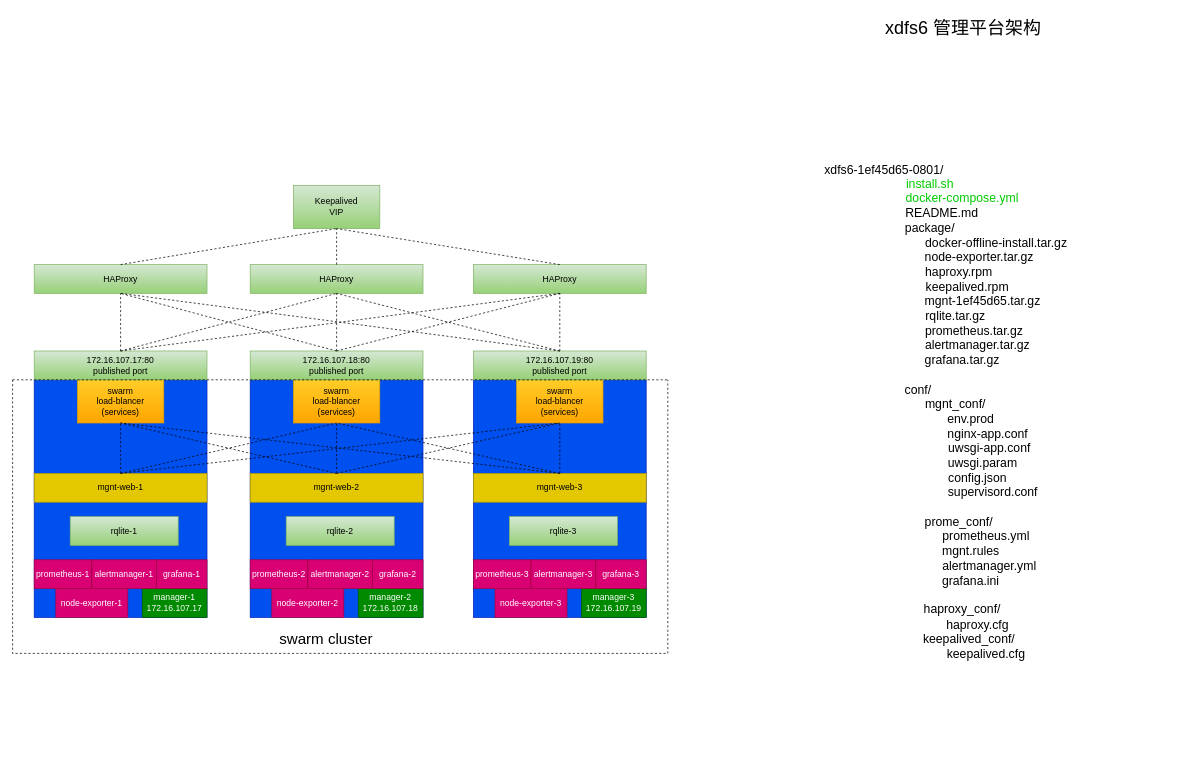
Before: xdfs6架构.drawio in yihezhou/diagrams, a draw.io diagram. Source tidied: cells renumbered, new cells numbered last; positions are measured from the earlier drawing's top-left corner, leaving out a move shared by most shapes. Both pictures are drawn from the tidied source at 72%, with x=0, y=0 at pixel (12, 12).
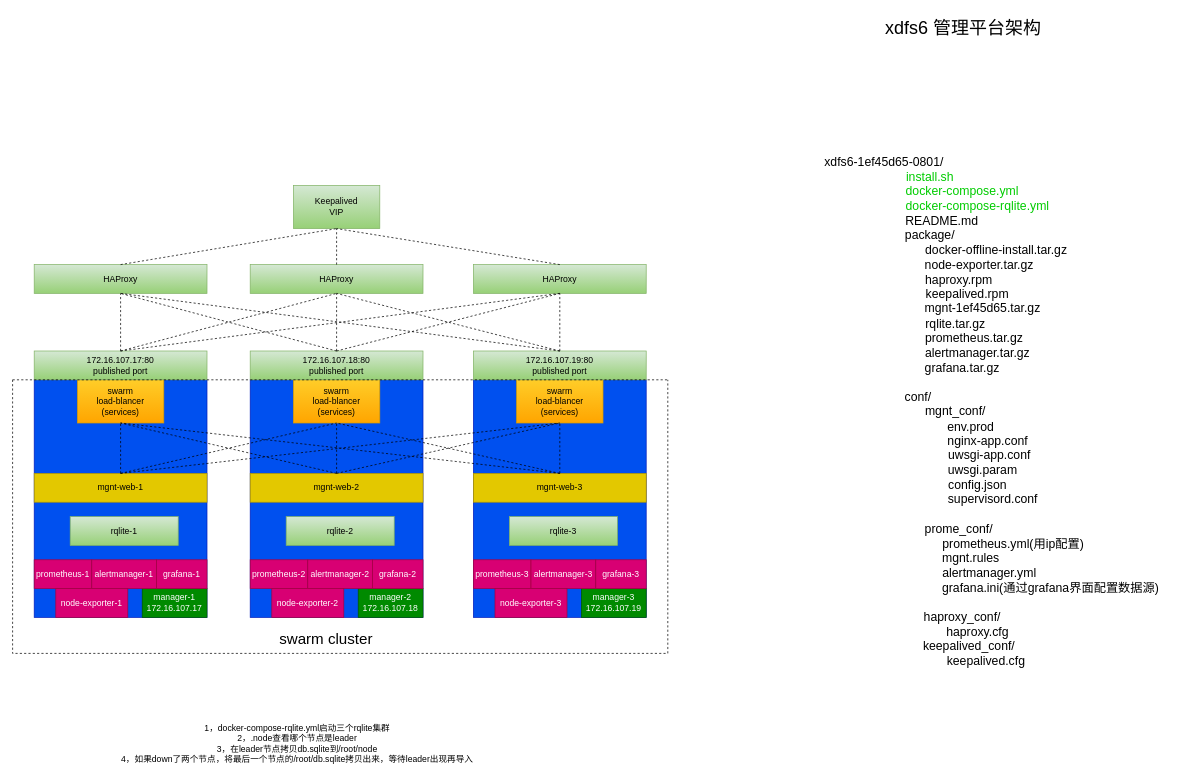
After the change.

The edit, as a diff of the source:
```diff
@@
-    <mxCell id="60" value="xdfs6-1ef45d65-0801/&lt;br style=&quot;font-size: 17px;&quot;&gt;&amp;nbsp; &amp;nbsp; &amp;nbsp; &amp;nbsp; &amp;nbsp; &amp;nbsp; &amp;nbsp; &amp;nbsp; &amp;nbsp; &amp;nbsp; &amp;nbsp; &amp;nbsp; &amp;nbsp; &lt;font color=&quot;#00cc00&quot; style=&quot;font-size: 17px;&quot;&gt;&amp;nbsp;install.sh&lt;br style=&quot;font-size: 17px;&quot;&gt;&amp;nbsp; &amp;nbsp; &amp;nbsp; &amp;nbsp; &amp;nbsp; &amp;nbsp; &amp;nbsp; &amp;nbsp; &amp;nbsp; &amp;nbsp; &amp;nbsp; &amp;nbsp; &amp;nbsp; &amp;nbsp; &amp;nbsp; &amp;nbsp; &amp;nbsp; &amp;nbsp; &amp;nbsp; &amp;nbsp; &amp;nbsp; &amp;nbsp; &amp;nbsp; docker-compose.yml&lt;br&gt;&lt;/font&gt;&amp;nbsp; &amp;nbsp; &amp;nbsp; &amp;nbsp; &amp;nbsp; &amp;nbsp; &amp;nbsp; &amp;nbsp; &amp;nbsp; &amp;nbsp; &amp;nbsp; &amp;nbsp; &amp;nbsp; &amp;nbsp; &amp;nbsp; &amp;nbsp; &amp;nbsp; README.md&lt;br style=&quot;font-size: 17px;&quot;&gt;&amp;nbsp; &amp;nbsp; &amp;nbsp; &amp;nbsp; &amp;nbsp; &amp;nbsp; &amp;nbsp; &amp;nbsp; &amp;nbsp; &amp;nbsp; &amp;nbsp; &amp;nbsp; &amp;nbsp; &amp;nbsp;package/&lt;br style=&quot;font-size: 17px;&quot;&gt;&amp;nbsp; &amp;nbsp; &amp;nbsp; &amp;nbsp; &amp;nbsp; &amp;nbsp; &amp;nbsp; &amp;nbsp; &amp;nbsp; &amp;nbsp; &amp;nbsp; &amp;nbsp; &amp;nbsp; &amp;nbsp; &amp;nbsp; &amp;nbsp; &amp;nbsp; &amp;nbsp; &amp;nbsp; &amp;nbsp; &amp;nbsp; &amp;nbsp; &amp;nbsp; &amp;nbsp; &amp;nbsp; &amp;nbsp; &amp;nbsp; &amp;nbsp; &amp;nbsp; &amp;nbsp; &amp;nbsp; &amp;nbsp; &amp;nbsp; docker-offline-install.tar.gz&lt;br style=&quot;font-size: 17px;&quot;&gt;&amp;nbsp; &amp;nbsp; &amp;nbsp; &amp;nbsp; &amp;nbsp; &amp;nbsp; &amp;nbsp; &amp;nbsp; &amp;nbsp; &amp;nbsp; &amp;nbsp; &amp;nbsp; &amp;nbsp; &amp;nbsp; &amp;nbsp; &amp;nbsp; &amp;nbsp; &amp;nbsp; &amp;nbsp; &amp;nbsp; &amp;nbsp; &amp;nbsp; &amp;nbsp; &amp;nbsp; &amp;nbsp; &amp;nbsp; &amp;nbsp; &amp;nbsp; node-exporter.tar.gz&lt;br style=&quot;font-size: 17px;&quot;&gt;&amp;nbsp; &amp;nbsp; &amp;nbsp; &amp;nbsp; &amp;nbsp; &amp;nbsp; &amp;nbsp; &amp;nbsp; &amp;nbsp; &amp;nbsp; &amp;nbsp; &amp;nbsp; &amp;nbsp; &amp;nbsp; &amp;nbsp; &amp;nbsp; &amp;nbsp; &amp;nbsp; &amp;nbsp; &amp;nbsp; &amp;nbsp; &amp;nbsp; haproxy.rpm&lt;br style=&quot;font-size: 17px;&quot;&gt;&amp;nbsp; &amp;nbsp; &amp;nbsp; &amp;nbsp; &amp;nbsp; &amp;nbsp; &amp;nbsp; &amp;nbsp; &amp;nbsp; &amp;nbsp; &amp;nbsp; &amp;nbsp; &amp;nbsp; &amp;nbsp; &amp;nbsp; &amp;nbsp; &amp;nbsp; &amp;nbsp; &amp;nbsp; &amp;nbsp; &amp;nbsp; &amp;nbsp; &amp;nbsp; &amp;nbsp; &amp;nbsp;keepalived.rpm&lt;br style=&quot;font-size: 17px;&quot;&gt;&amp;nbsp; &amp;nbsp; &amp;nbsp; &amp;nbsp; &amp;nbsp; &amp;nbsp; &amp;nbsp; &amp;nbsp; &amp;nbsp; &amp;nbsp; &amp;nbsp; &amp;nbsp; &amp;nbsp; &amp;nbsp; &amp;nbsp; &amp;nbsp; &amp;nbsp; &amp;nbsp; &amp;nbsp; &amp;nbsp; &amp;nbsp; &amp;nbsp; &amp;nbsp; &amp;nbsp; &amp;nbsp; &amp;nbsp; &amp;nbsp; &amp;nbsp; &amp;nbsp; mgnt-1ef45d65.tar.gz&lt;br style=&quot;font-size: 17px;&quot;&gt;&amp;nbsp; &amp;nbsp; &amp;nbsp; &amp;nbsp; &amp;nbsp; &amp;nbsp; &amp;nbsp; &amp;nbsp; &amp;nbsp; &amp;nbsp; &amp;nbsp; &amp;nbsp; &amp;nbsp; &amp;nbsp; &amp;nbsp; &amp;nbsp; &amp;nbsp; &amp;nbsp; &amp;nbsp; &amp;nbsp; &amp;nbsp; rqlite.tar.gz&lt;br style=&quot;font-size: 17px;&quot;&gt;&amp;nbsp; &amp;nbsp; &amp;nbsp; &amp;nbsp; &amp;nbsp; &amp;nbsp; &amp;nbsp; &amp;nbsp; &amp;nbsp; &amp;nbsp; &amp;nbsp; &amp;nbsp; &amp;nbsp; &amp;nbsp; &amp;nbsp; &amp;nbsp; &amp;nbsp; &amp;nbsp; &amp;nbsp; &amp;nbsp; &amp;nbsp; &amp;nbsp; &amp;nbsp; &amp;nbsp; &amp;nbsp; &amp;nbsp; &amp;nbsp;prometheus.tar.gz&lt;br style=&quot;font-size: 17px;&quot;&gt;&amp;nbsp; &amp;nbsp; &amp;nbsp; &amp;nbsp; &amp;nbsp; &amp;nbsp; &amp;nbsp; &amp;nbsp; &amp;nbsp; &amp;nbsp; &amp;nbsp; &amp;nbsp; &amp;nbsp; &amp;nbsp; &amp;nbsp; &amp;nbsp; &amp;nbsp; &amp;nbsp; &amp;nbsp; &amp;nbsp; &amp;nbsp; &amp;nbsp; &amp;nbsp; &amp;nbsp; &amp;nbsp; &amp;nbsp; &amp;nbsp; &amp;nbsp;alertmanager.tar.gz&lt;br style=&quot;font-size: 17px;&quot;&gt;&amp;nbsp; &amp;nbsp; &amp;nbsp; &amp;nbsp; &amp;nbsp; &amp;nbsp; &amp;nbsp; &amp;nbsp; &amp;nbsp; &amp;nbsp; &amp;nbsp; &amp;nbsp; &amp;nbsp; &amp;nbsp; &amp;nbsp; &amp;nbsp; &amp;nbsp; &amp;nbsp; &amp;nbsp; &amp;nbsp; &amp;nbsp; &amp;nbsp; &amp;nbsp; grafana.tar.gz&lt;br style=&quot;font-size: 17px;&quot;&gt;&amp;nbsp; &amp;nbsp; &amp;nbsp; &amp;nbsp; &amp;nbsp; &amp;nbsp; &amp;nbsp; &amp;nbsp; &amp;nbsp; &amp;nbsp; &amp;nbsp; &amp;nbsp;&amp;nbsp;&lt;br style=&quot;font-size: 17px;&quot;&gt;&amp;nbsp; &amp;nbsp; &amp;nbsp; &amp;nbsp; &amp;nbsp; &amp;nbsp; &amp;nbsp; &amp;nbsp; &amp;nbsp; &amp;nbsp; conf/&lt;br style=&quot;font-size: 17px;&quot;&gt;&amp;nbsp; &amp;nbsp; &amp;nbsp; &amp;nbsp; &amp;nbsp; &amp;nbsp; &amp;nbsp; &amp;nbsp; &amp;nbsp; &amp;nbsp; &amp;nbsp; &amp;nbsp; &amp;nbsp; &amp;nbsp; &amp;nbsp; &amp;nbsp; &amp;nbsp; &amp;nbsp; &amp;nbsp; &amp;nbsp; &amp;nbsp; mgnt_conf/&lt;br&gt;&amp;nbsp; &amp;nbsp; &amp;nbsp; &amp;nbsp; &amp;nbsp; &amp;nbsp; &amp;nbsp; &amp;nbsp; &amp;nbsp; &amp;nbsp; &amp;nbsp; &amp;nbsp; &amp;nbsp; &amp;nbsp; &amp;nbsp; &amp;nbsp; &amp;nbsp; &amp;nbsp; &amp;nbsp; &amp;nbsp; &amp;nbsp; &amp;nbsp; &amp;nbsp; &amp;nbsp; &amp;nbsp; &amp;nbsp;env.prod&lt;br style=&quot;font-size: 17px;&quot;&gt;&amp;nbsp; &amp;nbsp; &amp;nbsp; &amp;nbsp; &amp;nbsp; &amp;nbsp; &amp;nbsp; &amp;nbsp; &amp;nbsp; &amp;nbsp; &amp;nbsp; &amp;nbsp; &amp;nbsp; &amp;nbsp; &amp;nbsp; &amp;nbsp; &amp;nbsp; &amp;nbsp; &amp;nbsp; &amp;nbsp; &amp;nbsp; &amp;nbsp; &amp;nbsp; &amp;nbsp; &amp;nbsp; &amp;nbsp; &amp;nbsp; &amp;nbsp; &amp;nbsp; &amp;nbsp; &amp;nbsp;nginx-app.conf&lt;br style=&quot;font-size: 17px;&quot;&gt;&amp;nbsp; &amp;nbsp; &amp;nbsp; &amp;nbsp; &amp;nbsp; &amp;nbsp; &amp;nbsp; &amp;nbsp; &amp;nbsp; &amp;nbsp; &amp;nbsp; &amp;nbsp; &amp;nbsp; &amp;nbsp; &amp;nbsp; &amp;nbsp; &amp;nbsp; &amp;nbsp; &amp;nbsp; &amp;nbsp; &amp;nbsp; &amp;nbsp; &amp;nbsp; &amp;nbsp; &amp;nbsp; &amp;nbsp; &amp;nbsp; &amp;nbsp; &amp;nbsp; &amp;nbsp; &amp;nbsp; uwsgi-app.conf&lt;br style=&quot;font-size: 17px;&quot;&gt;&amp;nbsp; &amp;nbsp; &amp;nbsp; &amp;nbsp; &amp;nbsp; &amp;nbsp; &amp;nbsp; &amp;nbsp; &amp;nbsp; &amp;nbsp; &amp;nbsp; &amp;nbsp; &amp;nbsp; &amp;nbsp; &amp;nbsp; &amp;nbsp; &amp;nbsp; &amp;nbsp; &amp;nbsp; &amp;nbsp; &amp;nbsp; &amp;nbsp; &amp;nbsp; &amp;nbsp; &amp;nbsp; &amp;nbsp; &amp;nbsp; &amp;nbsp; &amp;nbsp; uwsgi.param&lt;br style=&quot;font-size: 17px;&quot;&gt;&amp;nbsp; &amp;nbsp; &amp;nbsp; &amp;nbsp; &amp;nbsp; &amp;nbsp; &amp;nbsp; &amp;nbsp; &amp;nbsp; &amp;nbsp; &amp;nbsp; &amp;nbsp; &amp;nbsp; &amp;nbsp; &amp;nbsp; &amp;nbsp; &amp;nbsp; &amp;nbsp; &amp;nbsp; &amp;nbsp; &amp;nbsp; &amp;nbsp; &amp;nbsp; &amp;nbsp; &amp;nbsp; &amp;nbsp; &amp;nbsp; &amp;nbsp;config.json&lt;br style=&quot;font-size: 17px;&quot;&gt;&amp;nbsp; &amp;nbsp; &amp;nbsp; &amp;nbsp; &amp;nbsp; &amp;nbsp; &amp;nbsp; &amp;nbsp; &amp;nbsp; &amp;nbsp; &amp;nbsp; &amp;nbsp; &amp;nbsp; &amp;nbsp; &amp;nbsp; &amp;nbsp; &amp;nbsp; &amp;nbsp; &amp;nbsp; &amp;nbsp; &amp;nbsp; &amp;nbsp; &amp;nbsp; &amp;nbsp; &amp;nbsp; &amp;nbsp; &amp;nbsp; &amp;nbsp; &amp;nbsp; &amp;nbsp; &amp;nbsp; &amp;nbsp; supervisord.conf&lt;br style=&quot;font-size: 17px;&quot;&gt;&amp;nbsp; &amp;nbsp; &amp;nbsp; &amp;nbsp; &amp;nbsp; &amp;nbsp; &amp;nbsp; &amp;nbsp; &amp;nbsp;&lt;br style=&quot;font-size: 17px;&quot;&gt;&amp;nbsp; &amp;nbsp; &amp;nbsp; &amp;nbsp; &amp;nbsp; &amp;nbsp; &amp;nbsp; &amp;nbsp; &amp;nbsp; &amp;nbsp; &amp;nbsp; &amp;nbsp; &amp;nbsp; &amp;nbsp; &amp;nbsp; &amp;nbsp; &amp;nbsp; &amp;nbsp; &amp;nbsp; &amp;nbsp; &amp;nbsp; &amp;nbsp; prome_conf/&lt;br style=&quot;font-size: 17px;&quot;&gt;&amp;nbsp; &amp;nbsp; &amp;nbsp; &amp;nbsp; &amp;nbsp; &amp;nbsp; &amp;nbsp; &amp;nbsp; &amp;nbsp; &amp;nbsp; &amp;nbsp; &amp;nbsp; &amp;nbsp; &amp;nbsp; &amp;nbsp; &amp;nbsp; &amp;nbsp; &amp;nbsp; &amp;nbsp; &amp;nbsp; &amp;nbsp; &amp;nbsp; &amp;nbsp; &amp;nbsp; &amp;nbsp; &amp;nbsp; &amp;nbsp; &amp;nbsp; &amp;nbsp; &amp;nbsp; prometheus.yml&lt;br style=&quot;font-size: 17px;&quot;&gt;&amp;nbsp; &amp;nbsp; &amp;nbsp; &amp;nbsp; &amp;nbsp; &amp;nbsp; &amp;nbsp; &amp;nbsp; &amp;nbsp; &amp;nbsp; &amp;nbsp; &amp;nbsp; &amp;nbsp; &amp;nbsp; &amp;nbsp; &amp;nbsp; &amp;nbsp; &amp;nbsp; &amp;nbsp; &amp;nbsp; &amp;nbsp; &amp;nbsp; &amp;nbsp; &amp;nbsp; &amp;nbsp; &amp;nbsp;mgnt.rules&lt;br style=&quot;font-size: 17px;&quot;&gt;&amp;nbsp; &amp;nbsp; &amp;nbsp; &amp;nbsp; &amp;nbsp; &amp;nbsp; &amp;nbsp; &amp;nbsp; &amp;nbsp; &amp;nbsp; &amp;nbsp; &amp;nbsp; &amp;nbsp; &amp;nbsp; &amp;nbsp; &amp;nbsp; &amp;nbsp; &amp;nbsp; &amp;nbsp; &amp;nbsp; &amp;nbsp; &amp;nbsp; &amp;nbsp; &amp;nbsp; &amp;nbsp; &amp;nbsp; &amp;nbsp; &amp;nbsp; &amp;nbsp; &amp;nbsp; &amp;nbsp; alertmanager.yml&lt;br style=&quot;font-size: 17px;&quot;&gt;&amp;nbsp; &amp;nbsp; &amp;nbsp; &amp;nbsp; &amp;nbsp; &amp;nbsp; &amp;nbsp; &amp;nbsp; &amp;nbsp; &amp;nbsp; &amp;nbsp; &amp;nbsp; &amp;nbsp; &amp;nbsp; &amp;nbsp; &amp;nbsp; &amp;nbsp; &amp;nbsp; &amp;nbsp; &amp;nbsp; &amp;nbsp; &amp;nbsp; &amp;nbsp; &amp;nbsp; &amp;nbsp; &amp;nbsp;grafana.ini&lt;br style=&quot;font-size: 17px;&quot;&gt;&amp;nbsp; &amp;nbsp; &amp;nbsp; &amp;nbsp; &amp;nbsp; &amp;nbsp; &amp;nbsp; &amp;nbsp; &amp;nbsp; &amp;nbsp; &amp;nbsp; &amp;nbsp; &amp;nbsp; &amp;nbsp; &amp;nbsp; &amp;nbsp; &amp;nbsp; &amp;nbsp; &amp;nbsp; &amp;nbsp; &amp;nbsp; &amp;nbsp; &amp;nbsp; &amp;nbsp;&amp;nbsp;&lt;br style=&quot;font-size: 17px;&quot;&gt;&amp;nbsp; &amp;nbsp; &amp;nbsp; &amp;nbsp; &amp;nbsp; &amp;nbsp; &amp;nbsp; &amp;nbsp; &amp;nbsp; &amp;nbsp; &amp;nbsp; &amp;nbsp; &amp;nbsp; &amp;nbsp; &amp;nbsp; &amp;nbsp; &amp;nbsp; &amp;nbsp; &amp;nbsp; &amp;nbsp; &amp;nbsp; &amp;nbsp; &amp;nbsp; haproxy_conf/&lt;br style=&quot;font-size: 17px;&quot;&gt;&amp;nbsp; &amp;nbsp; &amp;nbsp; &amp;nbsp; &amp;nbsp; &amp;nbsp; &amp;nbsp; &amp;nbsp; &amp;nbsp; &amp;nbsp; &amp;nbsp; &amp;nbsp; &amp;nbsp; &amp;nbsp; &amp;nbsp; &amp;nbsp; &amp;nbsp; &amp;nbsp; &amp;nbsp; &amp;nbsp; &amp;nbsp; &amp;nbsp; &amp;nbsp; &amp;nbsp; &amp;nbsp; &amp;nbsp; &amp;nbsp; &amp;nbsp;haproxy.cfg&lt;br style=&quot;font-size: 17px;&quot;&gt;&amp;nbsp; &amp;nbsp; &amp;nbsp; &amp;nbsp; &amp;nbsp; &amp;nbsp; &amp;nbsp; &amp;nbsp; &amp;nbsp; &amp;nbsp; &amp;nbsp; &amp;nbsp; &amp;nbsp; &amp;nbsp; &amp;nbsp; &amp;nbsp; &amp;nbsp; &amp;nbsp; &amp;nbsp; &amp;nbsp; &amp;nbsp; &amp;nbsp; &amp;nbsp; &amp;nbsp; &amp;nbsp; keepalived_conf/&lt;br style=&quot;font-size: 17px;&quot;&gt;&amp;nbsp; &amp;nbsp; &amp;nbsp; &amp;nbsp; &amp;nbsp; &amp;nbsp; &amp;nbsp; &amp;nbsp; &amp;nbsp; &amp;nbsp; &amp;nbsp; &amp;nbsp; &amp;nbsp; &amp;nbsp; &amp;nbsp; &amp;nbsp; &amp;nbsp; &amp;nbsp; &amp;nbsp; &amp;nbsp; &amp;nbsp; &amp;nbsp; &amp;nbsp; &amp;nbsp; &amp;nbsp; &amp;nbsp; &amp;nbsp; &amp;nbsp; &amp;nbsp; &amp;nbsp; keepalived.cfg&lt;br style=&quot;font-size: 17px;&quot;&gt;&amp;nbsp; &amp;nbsp; &amp;nbsp; &amp;nbsp; &amp;nbsp; &amp;nbsp; &amp;nbsp; &amp;nbsp; &amp;nbsp; &amp;nbsp; &amp;nbsp; &amp;nbsp; &amp;nbsp; &amp;nbsp; &amp;nbsp; &amp;nbsp; &amp;nbsp; &amp;nbsp; &amp;nbsp;&amp;nbsp;" style="text;html=1;align=center;verticalAlign=middle;strokeColor=none;fillColor=none;fontSize=17;" parent="1" vertex="1">
-      <mxGeometry x="945" y="200" width="530" height="730" as="geometry" />
+    <mxCell id="60" value="xdfs6-1ef45d65-0801/&lt;br style=&quot;font-size: 17px;&quot;&gt;&amp;nbsp; &amp;nbsp; &amp;nbsp; &amp;nbsp; &amp;nbsp; &amp;nbsp; &amp;nbsp; &amp;nbsp; &amp;nbsp; &amp;nbsp; &amp;nbsp; &amp;nbsp; &amp;nbsp; &lt;font color=&quot;#00cc00&quot; style=&quot;font-size: 17px;&quot;&gt;&amp;nbsp;install.sh&lt;br style=&quot;font-size: 17px;&quot;&gt;&amp;nbsp; &amp;nbsp; &amp;nbsp; &amp;nbsp; &amp;nbsp; &amp;nbsp; &amp;nbsp; &amp;nbsp; &amp;nbsp; &amp;nbsp; &amp;nbsp; &amp;nbsp; &amp;nbsp; &amp;nbsp; &amp;nbsp; &amp;nbsp; &amp;nbsp; &amp;nbsp; &amp;nbsp; &amp;nbsp; &amp;nbsp; &amp;nbsp; &amp;nbsp; docker-compose.yml&lt;br&gt;&amp;nbsp; &amp;nbsp; &amp;nbsp; &amp;nbsp; &amp;nbsp; &amp;nbsp; &amp;nbsp; &amp;nbsp; &amp;nbsp; &amp;nbsp; &amp;nbsp; &amp;nbsp; &amp;nbsp; &amp;nbsp; &amp;nbsp; &amp;nbsp; &amp;nbsp; &amp;nbsp; &amp;nbsp; &amp;nbsp; &amp;nbsp; &amp;nbsp; &amp;nbsp; &amp;nbsp; &amp;nbsp; &amp;nbsp; &amp;nbsp; &amp;nbsp;docker-compose-rqlite.yml&lt;br&gt;&lt;/font&gt;&amp;nbsp; &amp;nbsp; &amp;nbsp; &amp;nbsp; &amp;nbsp; &amp;nbsp; &amp;nbsp; &amp;nbsp; &amp;nbsp; &amp;nbsp; &amp;nbsp; &amp;nbsp; &amp;nbsp; &amp;nbsp; &amp;nbsp; &amp;nbsp; &amp;nbsp; README.md&lt;br style=&quot;font-size: 17px;&quot;&gt;&amp;nbsp; &amp;nbsp; &amp;nbsp; &amp;nbsp; &amp;nbsp; &amp;nbsp; &amp;nbsp; &amp;nbsp; &amp;nbsp; &amp;nbsp; &amp;nbsp; &amp;nbsp; &amp;nbsp; &amp;nbsp;package/&lt;br style=&quot;font-size: 17px;&quot;&gt;&amp;nbsp; &amp;nbsp; &amp;nbsp; &amp;nbsp; &amp;nbsp; &amp;nbsp; &amp;nbsp; &amp;nbsp; &amp;nbsp; &amp;nbsp; &amp;nbsp; &amp;nbsp; &amp;nbsp; &amp;nbsp; &amp;nbsp; &amp;nbsp; &amp;nbsp; &amp;nbsp; &amp;nbsp; &amp;nbsp; &amp;nbsp; &amp;nbsp; &amp;nbsp; &amp;nbsp; &amp;nbsp; &amp;nbsp; &amp;nbsp; &amp;nbsp; &amp;nbsp; &amp;nbsp; &amp;nbsp; &amp;nbsp; &amp;nbsp; docker-offline-install.tar.gz&lt;br style=&quot;font-size: 17px;&quot;&gt;&amp;nbsp; &amp;nbsp; &amp;nbsp; &amp;nbsp; &amp;nbsp; &amp;nbsp; &amp;nbsp; &amp;nbsp; &amp;nbsp; &amp;nbsp; &amp;nbsp; &amp;nbsp; &amp;nbsp; &amp;nbsp; &amp;nbsp; &amp;nbsp; &amp;nbsp; &amp;nbsp; &amp;nbsp; &amp;nbsp; &amp;nbsp; &amp;nbsp; &amp;nbsp; &amp;nbsp; &amp;nbsp; &amp;nbsp; &amp;nbsp; &amp;nbsp; node-exporter.tar.gz&lt;br style=&quot;font-size: 17px;&quot;&gt;&amp;nbsp; &amp;nbsp; &amp;nbsp; &amp;nbsp; &amp;nbsp; &amp;nbsp; &amp;nbsp; &amp;nbsp; &amp;nbsp; &amp;nbsp; &amp;nbsp; &amp;nbsp; &amp;nbsp; &amp;nbsp; &amp;nbsp; &amp;nbsp; &amp;nbsp; &amp;nbsp; &amp;nbsp; &amp;nbsp; &amp;nbsp; &amp;nbsp; haproxy.rpm&lt;br style=&quot;font-size: 17px;&quot;&gt;&amp;nbsp; &amp;nbsp; &amp;nbsp; &amp;nbsp; &amp;nbsp; &amp;nbsp; &amp;nbsp; &amp;nbsp; &amp;nbsp; &amp;nbsp; &amp;nbsp; &amp;nbsp; &amp;nbsp; &amp;nbsp; &amp;nbsp; &amp;nbsp; &amp;nbsp; &amp;nbsp; &amp;nbsp; &amp;nbsp; &amp;nbsp; &amp;nbsp; &amp;nbsp; &amp;nbsp; &amp;nbsp;keepalived.rpm&lt;br style=&quot;font-size: 17px;&quot;&gt;&amp;nbsp; &amp;nbsp; &amp;nbsp; &amp;nbsp; &amp;nbsp; &amp;nbsp; &amp;nbsp; &amp;nbsp; &amp;nbsp; &amp;nbsp; &amp;nbsp; &amp;nbsp; &amp;nbsp; &amp;nbsp; &amp;nbsp; &amp;nbsp; &amp;nbsp; &amp;nbsp; &amp;nbsp; &amp;nbsp; &amp;nbsp; &amp;nbsp; &amp;nbsp; &amp;nbsp; &amp;nbsp; &amp;nbsp; &amp;nbsp; &amp;nbsp; &amp;nbsp; mgnt-1ef45d65.tar.gz&lt;br style=&quot;font-size: 17px;&quot;&gt;&amp;nbsp; &amp;nbsp; &amp;nbsp; &amp;nbsp; &amp;nbsp; &amp;nbsp; &amp;nbsp; &amp;nbsp; &amp;nbsp; &amp;nbsp; &amp;nbsp; &amp;nbsp; &amp;nbsp; &amp;nbsp; &amp;nbsp; &amp;nbsp; &amp;nbsp; &amp;nbsp; &amp;nbsp; &amp;nbsp; &amp;nbsp; rqlite.tar.gz&lt;br style=&quot;font-size: 17px;&quot;&gt;&amp;nbsp; &amp;nbsp; &amp;nbsp; &amp;nbsp; &amp;nbsp; &amp;nbsp; &amp;nbsp; &amp;nbsp; &amp;nbsp; &amp;nbsp; &amp;nbsp; &amp;nbsp; &amp;nbsp; &amp;nbsp; &amp;nbsp; &amp;nbsp; &amp;nbsp; &amp;nbsp; &amp;nbsp; &amp;nbsp; &amp;nbsp; &amp;nbsp; &amp;nbsp; &amp;nbsp; &amp;nbsp; &amp;nbsp; &amp;nbsp;prometheus.tar.gz&lt;br style=&quot;font-size: 17px;&quot;&gt;&amp;nbsp; &amp;nbsp; &amp;nbsp; &amp;nbsp; &amp;nbsp; &amp;nbsp; &amp;nbsp; &amp;nbsp; &amp;nbsp; &amp;nbsp; &amp;nbsp; &amp;nbsp; &amp;nbsp; &amp;nbsp; &amp;nbsp; &amp;nbsp; &amp;nbsp; &amp;nbsp; &amp;nbsp; &amp;nbsp; &amp;nbsp; &amp;nbsp; &amp;nbsp; &amp;nbsp; &amp;nbsp; &amp;nbsp; &amp;nbsp; &amp;nbsp;alertmanager.tar.gz&lt;br style=&quot;font-size: 17px;&quot;&gt;&amp;nbsp; &amp;nbsp; &amp;nbsp; &amp;nbsp; &amp;nbsp; &amp;nbsp; &amp;nbsp; &amp;nbsp; &amp;nbsp; &amp;nbsp; &amp;nbsp; &amp;nbsp; &amp;nbsp; &amp;nbsp; &amp;nbsp; &amp;nbsp; &amp;nbsp; &amp;nbsp; &amp;nbsp; &amp;nbsp; &amp;nbsp; &amp;nbsp; &amp;nbsp; grafana.tar.gz&lt;br style=&quot;font-size: 17px;&quot;&gt;&amp;nbsp; &amp;nbsp; &amp;nbsp; &amp;nbsp; &amp;nbsp; &amp;nbsp; &amp;nbsp; &amp;nbsp; &amp;nbsp; &amp;nbsp; &amp;nbsp; &amp;nbsp;&amp;nbsp;&lt;br style=&quot;font-size: 17px;&quot;&gt;&amp;nbsp; &amp;nbsp; &amp;nbsp; &amp;nbsp; &amp;nbsp; &amp;nbsp; &amp;nbsp; &amp;nbsp; &amp;nbsp; &amp;nbsp; conf/&lt;br style=&quot;font-size: 17px;&quot;&gt;&amp;nbsp; &amp;nbsp; &amp;nbsp; &amp;nbsp; &amp;nbsp; &amp;nbsp; &amp;nbsp; &amp;nbsp; &amp;nbsp; &amp;nbsp; &amp;nbsp; &amp;nbsp; &amp;nbsp; &amp;nbsp; &amp;nbsp; &amp;nbsp; &amp;nbsp; &amp;nbsp; &amp;nbsp; &amp;nbsp; &amp;nbsp; mgnt_conf/&lt;br&gt;&amp;nbsp; &amp;nbsp; &amp;nbsp; &amp;nbsp; &amp;nbsp; &amp;nbsp; &amp;nbsp; &amp;nbsp; &amp;nbsp; &amp;nbsp; &amp;nbsp; &amp;nbsp; &amp;nbsp; &amp;nbsp; &amp;nbsp; &amp;nbsp; &amp;nbsp; &amp;nbsp; &amp;nbsp; &amp;nbsp; &amp;nbsp; &amp;nbsp; &amp;nbsp; &amp;nbsp; &amp;nbsp; &amp;nbsp;env.prod&lt;br style=&quot;font-size: 17px;&quot;&gt;&amp;nbsp; &amp;nbsp; &amp;nbsp; &amp;nbsp; &amp;nbsp; &amp;nbsp; &amp;nbsp; &amp;nbsp; &amp;nbsp; &amp;nbsp; &amp;nbsp; &amp;nbsp; &amp;nbsp; &amp;nbsp; &amp;nbsp; &amp;nbsp; &amp;nbsp; &amp;nbsp; &amp;nbsp; &amp;nbsp; &amp;nbsp; &amp;nbsp; &amp;nbsp; &amp;nbsp; &amp;nbsp; &amp;nbsp; &amp;nbsp; &amp;nbsp; &amp;nbsp; &amp;nbsp; &amp;nbsp;nginx-app.conf&lt;br style=&quot;font-size: 17px;&quot;&gt;&amp;nbsp; &amp;nbsp; &amp;nbsp; &amp;nbsp; &amp;nbsp; &amp;nbsp; &amp;nbsp; &amp;nbsp; &amp;nbsp; &amp;nbsp; &amp;nbsp; &amp;nbsp; &amp;nbsp; &amp;nbsp; &amp;nbsp; &amp;nbsp; &amp;nbsp; &amp;nbsp; &amp;nbsp; &amp;nbsp; &amp;nbsp; &amp;nbsp; &amp;nbsp; &amp;nbsp; &amp;nbsp; &amp;nbsp; &amp;nbsp; &amp;nbsp; &amp;nbsp; &amp;nbsp; &amp;nbsp; uwsgi-app.conf&lt;br style=&quot;font-size: 17px;&quot;&gt;&amp;nbsp; &amp;nbsp; &amp;nbsp; &amp;nbsp; &amp;nbsp; &amp;nbsp; &amp;nbsp; &amp;nbsp; &amp;nbsp; &amp;nbsp; &amp;nbsp; &amp;nbsp; &amp;nbsp; &amp;nbsp; &amp;nbsp; &amp;nbsp; &amp;nbsp; &amp;nbsp; &amp;nbsp; &amp;nbsp; &amp;nbsp; &amp;nbsp; &amp;nbsp; &amp;nbsp; &amp;nbsp; &amp;nbsp; &amp;nbsp; &amp;nbsp; &amp;nbsp; uwsgi.param&lt;br style=&quot;font-size: 17px;&quot;&gt;&amp;nbsp; &amp;nbsp; &amp;nbsp; &amp;nbsp; &amp;nbsp; &amp;nbsp; &amp;nbsp; &amp;nbsp; &amp;nbsp; &amp;nbsp; &amp;nbsp; &amp;nbsp; &amp;nbsp; &amp;nbsp; &amp;nbsp; &amp;nbsp; &amp;nbsp; &amp;nbsp; &amp;nbsp; &amp;nbsp; &amp;nbsp; &amp;nbsp; &amp;nbsp; &amp;nbsp; &amp;nbsp; &amp;nbsp; &amp;nbsp; &amp;nbsp;config.json&lt;br style=&quot;font-size: 17px;&quot;&gt;&amp;nbsp; &amp;nbsp; &amp;nbsp; &amp;nbsp; &amp;nbsp; &amp;nbsp; &amp;nbsp; &amp;nbsp; &amp;nbsp; &amp;nbsp; &amp;nbsp; &amp;nbsp; &amp;nbsp; &amp;nbsp; &amp;nbsp; &amp;nbsp; &amp;nbsp; &amp;nbsp; &amp;nbsp; &amp;nbsp; &amp;nbsp; &amp;nbsp; &amp;nbsp; &amp;nbsp; &amp;nbsp; &amp;nbsp; &amp;nbsp; &amp;nbsp; &amp;nbsp; &amp;nbsp; &amp;nbsp; &amp;nbsp; supervisord.conf&lt;br style=&quot;font-size: 17px;&quot;&gt;&amp;nbsp; &amp;nbsp; &amp;nbsp; &amp;nbsp; &amp;nbsp; &amp;nbsp; &amp;nbsp; &amp;nbsp; &amp;nbsp;&lt;br style=&quot;font-size: 17px;&quot;&gt;&amp;nbsp; &amp;nbsp; &amp;nbsp; &amp;nbsp; &amp;nbsp; &amp;nbsp; &amp;nbsp; &amp;nbsp; &amp;nbsp; &amp;nbsp; &amp;nbsp; &amp;nbsp; &amp;nbsp; &amp;nbsp; &amp;nbsp; &amp;nbsp; &amp;nbsp; &amp;nbsp; &amp;nbsp; &amp;nbsp; &amp;nbsp; &amp;nbsp; prome_conf/&lt;br style=&quot;font-size: 17px;&quot;&gt;&amp;nbsp; &amp;nbsp; &amp;nbsp; &amp;nbsp; &amp;nbsp; &amp;nbsp; &amp;nbsp; &amp;nbsp; &amp;nbsp; &amp;nbsp; &amp;nbsp; &amp;nbsp; &amp;nbsp; &amp;nbsp; &amp;nbsp; &amp;nbsp; &amp;nbsp; &amp;nbsp; &amp;nbsp; &amp;nbsp; &amp;nbsp; &amp;nbsp; &amp;nbsp; &amp;nbsp; &amp;nbsp; &amp;nbsp; &amp;nbsp; &amp;nbsp; &amp;nbsp; &amp;nbsp; &amp;nbsp; &amp;nbsp; &amp;nbsp; &amp;nbsp; &amp;nbsp; &amp;nbsp; &amp;nbsp; &amp;nbsp; prometheus.yml(用ip配置)&lt;br style=&quot;font-size: 17px;&quot;&gt;&amp;nbsp; &amp;nbsp; &amp;nbsp; &amp;nbsp; &amp;nbsp; &amp;nbsp; &amp;nbsp; &amp;nbsp; &amp;nbsp; &amp;nbsp; &amp;nbsp; &amp;nbsp; &amp;nbsp; &amp;nbsp; &amp;nbsp; &amp;nbsp; &amp;nbsp; &amp;nbsp; &amp;nbsp; &amp;nbsp; &amp;nbsp; &amp;nbsp; &amp;nbsp; &amp;nbsp; &amp;nbsp; &amp;nbsp;mgnt.rules&lt;br style=&quot;font-size: 17px;&quot;&gt;&amp;nbsp; &amp;nbsp; &amp;nbsp; &amp;nbsp; &amp;nbsp; &amp;nbsp; &amp;nbsp; &amp;nbsp; &amp;nbsp; &amp;nbsp; &amp;nbsp; &amp;nbsp; &amp;nbsp; &amp;nbsp; &amp;nbsp; &amp;nbsp; &amp;nbsp; &amp;nbsp; &amp;nbsp; &amp;nbsp; &amp;nbsp; &amp;nbsp; &amp;nbsp; &amp;nbsp; &amp;nbsp; &amp;nbsp; &amp;nbsp; &amp;nbsp; &amp;nbsp; &amp;nbsp; &amp;nbsp; alertmanager.yml&lt;br style=&quot;font-size: 17px;&quot;&gt;&amp;nbsp; &amp;nbsp; &amp;nbsp; &amp;nbsp; &amp;nbsp; &amp;nbsp; &amp;nbsp; &amp;nbsp; &amp;nbsp; &amp;nbsp; &amp;nbsp; &amp;nbsp; &amp;nbsp; &amp;nbsp; &amp;nbsp; &amp;nbsp; &amp;nbsp; &amp;nbsp; &amp;nbsp; &amp;nbsp; &amp;nbsp; &amp;nbsp; &amp;nbsp; &amp;nbsp; &amp;nbsp; &amp;nbsp; &amp;nbsp; &amp;nbsp; &amp;nbsp; &amp;nbsp; &amp;nbsp; &amp;nbsp; &amp;nbsp; &amp;nbsp; &amp;nbsp; &amp;nbsp; &amp;nbsp; &amp;nbsp; &amp;nbsp; &amp;nbsp; &amp;nbsp; &amp;nbsp; &amp;nbsp; &amp;nbsp; &amp;nbsp; &amp;nbsp; &amp;nbsp; &amp;nbsp; &amp;nbsp; grafana.ini(通过grafana界面配置数据源)&lt;br style=&quot;font-size: 17px;&quot;&gt;&amp;nbsp; &amp;nbsp; &amp;nbsp; &amp;nbsp; &amp;nbsp; &amp;nbsp; &amp;nbsp; &amp;nbsp; &amp;nbsp; &amp;nbsp; &amp;nbsp; &amp;nbsp; &amp;nbsp; &amp;nbsp; &amp;nbsp; &amp;nbsp; &amp;nbsp; &amp;nbsp; &amp;nbsp; &amp;nbsp; &amp;nbsp; &amp;nbsp; &amp;nbsp; &amp;nbsp;&amp;nbsp;&lt;br style=&quot;font-size: 17px;&quot;&gt;&amp;nbsp; &amp;nbsp; &amp;nbsp; &amp;nbsp; &amp;nbsp; &amp;nbsp; &amp;nbsp; &amp;nbsp; &amp;nbsp; &amp;nbsp; &amp;nbsp; &amp;nbsp; &amp;nbsp; &amp;nbsp; &amp;nbsp; &amp;nbsp; &amp;nbsp; &amp;nbsp; &amp;nbsp; &amp;nbsp; &amp;nbsp; &amp;nbsp; &amp;nbsp; haproxy_conf/&lt;br style=&quot;font-size: 17px;&quot;&gt;&amp;nbsp; &amp;nbsp; &amp;nbsp; &amp;nbsp; &amp;nbsp; &amp;nbsp; &amp;nbsp; &amp;nbsp; &amp;nbsp; &amp;nbsp; &amp;nbsp; &amp;nbsp; &amp;nbsp; &amp;nbsp; &amp;nbsp; &amp;nbsp; &amp;nbsp; &amp;nbsp; &amp;nbsp; &amp;nbsp; &amp;nbsp; &amp;nbsp; &amp;nbsp; &amp;nbsp; &amp;nbsp; &amp;nbsp; &amp;nbsp; &amp;nbsp;haproxy.cfg&lt;br style=&quot;font-size: 17px;&quot;&gt;&amp;nbsp; &amp;nbsp; &amp;nbsp; &amp;nbsp; &amp;nbsp; &amp;nbsp; &amp;nbsp; &amp;nbsp; &amp;nbsp; &amp;nbsp; &amp;nbsp; &amp;nbsp; &amp;nbsp; &amp;nbsp; &amp;nbsp; &amp;nbsp; &amp;nbsp; &amp;nbsp; &amp;nbsp; &amp;nbsp; &amp;nbsp; &amp;nbsp; &amp;nbsp; &amp;nbsp; &amp;nbsp; keepalived_conf/&lt;br style=&quot;font-size: 17px;&quot;&gt;&amp;nbsp; &amp;nbsp; &amp;nbsp; &amp;nbsp; &amp;nbsp; &amp;nbsp; &amp;nbsp; &amp;nbsp; &amp;nbsp; &amp;nbsp; &amp;nbsp; &amp;nbsp; &amp;nbsp; &amp;nbsp; &amp;nbsp; &amp;nbsp; &amp;nbsp; &amp;nbsp; &amp;nbsp; &amp;nbsp; &amp;nbsp; &amp;nbsp; &amp;nbsp; &amp;nbsp; &amp;nbsp; &amp;nbsp; &amp;nbsp; &amp;nbsp; &amp;nbsp; &amp;nbsp; keepalived.cfg&lt;br style=&quot;font-size: 17px;&quot;&gt;&amp;nbsp; &amp;nbsp; &amp;nbsp; &amp;nbsp; &amp;nbsp; &amp;nbsp; &amp;nbsp; &amp;nbsp; &amp;nbsp; &amp;nbsp; &amp;nbsp; &amp;nbsp; &amp;nbsp; &amp;nbsp; &amp;nbsp; &amp;nbsp; &amp;nbsp; &amp;nbsp; &amp;nbsp;&amp;nbsp;" style="text;html=1;align=center;verticalAlign=middle;strokeColor=none;fillColor=none;fontSize=17;" parent="1" vertex="1">
+      <mxGeometry x="815" y="190" width="790" height="750" as="geometry" />
     </mxCell>
+    <mxCell id="61" value="1，docker-compose-rqlite.yml启动三个rqlite集群&lt;br&gt;2，.node查看哪个节点是leader&lt;br&gt;3，在leader节点拷贝db.sqlite到/root/node&lt;br&gt;4，如果down了两个节点，将最后一个节点的/root/db.sqlite拷贝出来，等待leader出现再导入" style="text;html=1;align=center;verticalAlign=middle;strokeColor=none;fillColor=none;" parent="1" vertex="1">
+      <mxGeometry x="140" y="980" width="510" height="70" as="geometry" />
+    </mxCell>
```
